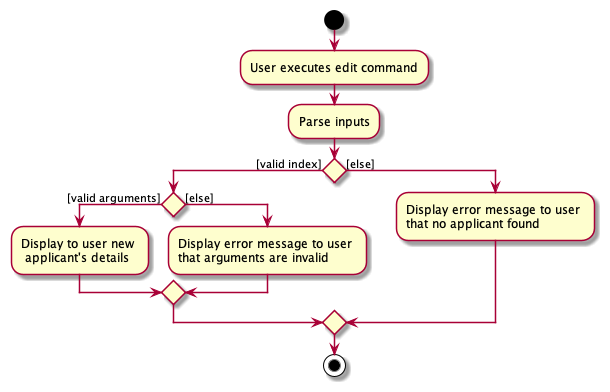
zzhikai/tp keeps this PlantUML diagram as docs/images/EditActivityDiagram.png. Above is the earlier version.
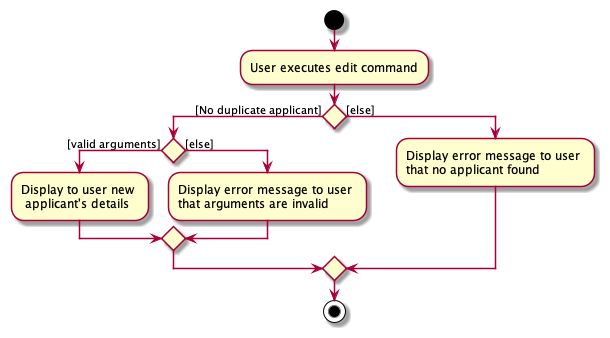
The same file after the commit.

Commit message:
update edit activity diagram

The edit, as a diff of the source:
```diff
@@ -2,8 +2,7 @@
 
 start
 :User executes edit command;
-:Parse inputs;
-if () then ([valid index])
+if () then ([No duplicate applicant])
     if () then ([valid arguments])
     :Display to user new \n applicant's details;
     else ([else])
```
